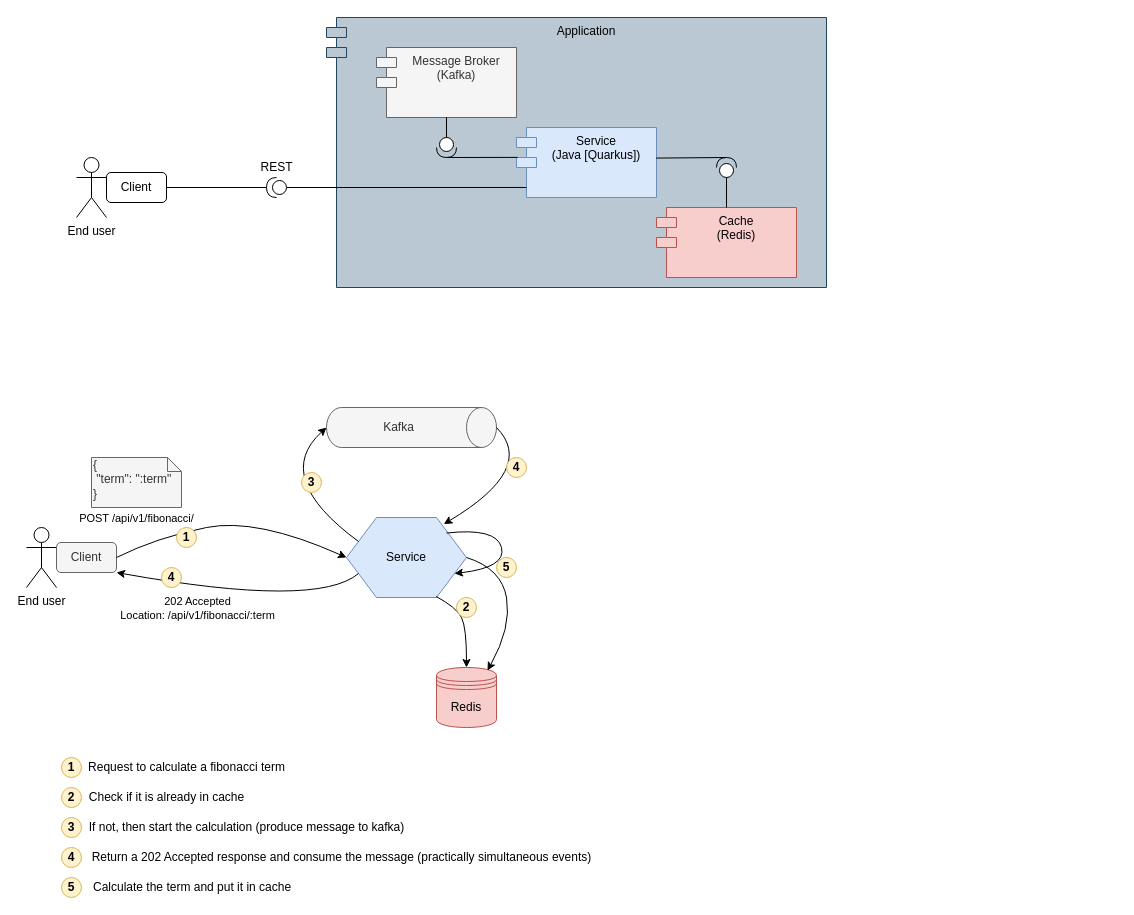
The draw.io diagram time2share.drawio in gmartins97/testing-redis-kafka-based-apps, before the edit. Source tidied: cells renumbered, new cells numbered last; positions are measured from the earlier drawing's top-left corner, leaving out a move shared by most shapes. Both pictures are drawn from the tidied source at 100%, with x=0, y=0 at pixel (26, 17).
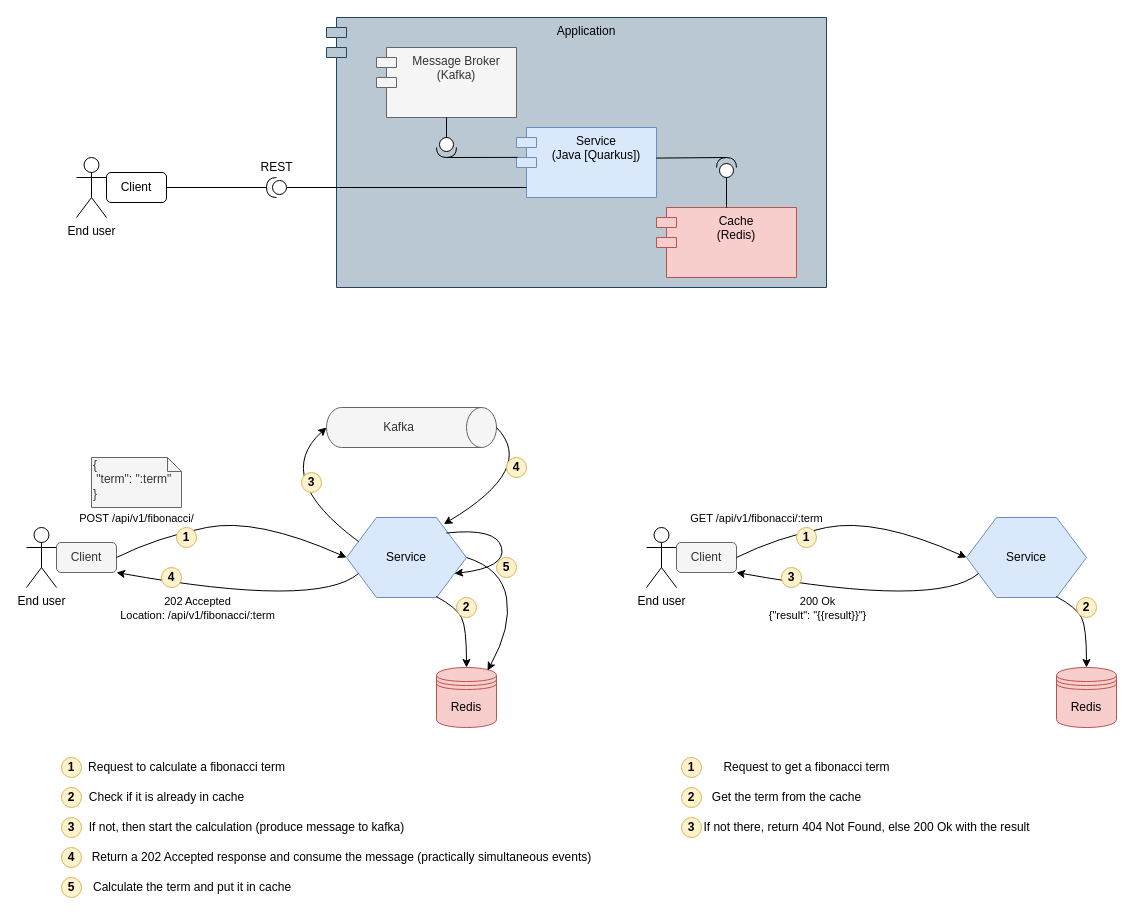
Above is the later version.

Change to the diagram source:
```diff
@@
+    <mxCell id="49" value="Service" style="shape=hexagon;perimeter=hexagonPerimeter2;whiteSpace=wrap;html=1;fixedSize=1;size=30;fillColor=#dae8fc;strokeColor=#6c8ebf;" parent="1" vertex="1">
+      <mxGeometry x="940" y="500" width="120" height="80" as="geometry" />
+    </mxCell>
+    <mxCell id="50" value="End user" style="shape=umlActor;verticalLabelPosition=bottom;verticalAlign=top;html=1;" parent="1" vertex="1">
+      <mxGeometry x="620" y="510" width="30" height="60" as="geometry" />
+    </mxCell>
+    <mxCell id="51" value="Client" style="rounded=1;whiteSpace=wrap;html=1;fillColor=#f5f5f5;strokeColor=#666666;fontColor=#333333;" parent="1" vertex="1">
+      <mxGeometry x="650" y="525" width="60" height="30" as="geometry" />
+    </mxCell>
+    <mxCell id="52" value="Redis" style="shape=datastore;whiteSpace=wrap;html=1;fillColor=#f8cecc;strokeColor=#b85450;" parent="1" vertex="1">
+      <mxGeometry x="1030" y="650" width="60" height="60" as="geometry" />
+    </mxCell>
+    <mxCell id="53" style="curved=1;endArrow=classic;html=1;exitX=1;exitY=0.5;exitDx=0;exitDy=0;entryX=0;entryY=0.5;entryDx=0;entryDy=0;" parent="1" edge="1" source="51" target="49">
+      <mxGeometry relative="1" as="geometry">
+        <Array as="points">
+          <mxPoint x="750" y="520" />
+          <mxPoint x="850" y="500" />
+        </Array>
+      </mxGeometry>
+    </mxCell>
+    <mxCell id="54" value="GET /api/v1/fibonacci/:term" style="edgeLabel;html=1;align=center;verticalAlign=middle;" parent="53" vertex="1">
+      <mxGeometry x="-0.03" y="-2" relative="1" as="geometry">
+        <mxPoint x="-93.5" y="-7.3" as="offset" />
+      </mxGeometry>
+    </mxCell>
+    <mxCell id="55" value="1" style="ellipse;whiteSpace=wrap;html=1;fillColor=#fff2cc;strokeColor=#d6b656;fontStyle=1;" parent="1" vertex="1">
+      <mxGeometry x="770" y="510" width="20" height="20" as="geometry" />
+    </mxCell>
+    <mxCell id="56" style="curved=1;endArrow=classic;html=1;exitX=0.747;exitY=0.987;exitDx=0;exitDy=0;exitPerimeter=0;entryX=0.5;entryY=0;entryDx=0;entryDy=0;" parent="1" edge="1" source="49" target="52">
+      <mxGeometry relative="1" as="geometry">
+        <Array as="points">
+          <mxPoint x="1050" y="590" />
+          <mxPoint x="1060" y="610" />
+        </Array>
+      </mxGeometry>
+    </mxCell>
+    <mxCell id="57" value="2" style="ellipse;whiteSpace=wrap;html=1;fillColor=#fff2cc;strokeColor=#d6b656;fontStyle=1;" parent="1" vertex="1">
+      <mxGeometry x="1050" y="580" width="20" height="20" as="geometry" />
+    </mxCell>
+    <mxCell id="58" style="curved=1;endArrow=classic;html=1;exitX=0;exitY=0.75;exitDx=0;exitDy=0;entryX=1;entryY=1;entryDx=0;entryDy=0;" parent="1" edge="1" source="49" target="51">
+      <mxGeometry relative="1" as="geometry">
+        <Array as="points">
+          <mxPoint x="911.2" y="591" />
+        </Array>
+      </mxGeometry>
+    </mxCell>
+    <mxCell id="59" value="&lt;div&gt;200 Ok&lt;br&gt;&lt;/div&gt;&lt;div&gt;{&quot;result&quot;: &quot;{{result}}&quot;}&lt;br&gt;&lt;/div&gt;" style="edgeLabel;html=1;align=center;verticalAlign=middle;" parent="58" vertex="1">
+      <mxGeometry x="-0.03" y="-6" relative="1" as="geometry">
+        <mxPoint x="-51.6" y="17.5" as="offset" />
+      </mxGeometry>
+    </mxCell>
+    <mxCell id="60" value="3" style="ellipse;whiteSpace=wrap;html=1;fillColor=#fff2cc;strokeColor=#d6b656;fontStyle=1;" parent="1" vertex="1">
+      <mxGeometry x="755" y="550" width="20" height="20" as="geometry" />
+    </mxCell>
+    <mxCell id="61" value="1" style="ellipse;whiteSpace=wrap;html=1;fillColor=#fff2cc;strokeColor=#d6b656;fontStyle=1;" parent="1" vertex="1">
+      <mxGeometry x="655" y="740" width="20" height="20" as="geometry" />
+    </mxCell>
+    <mxCell id="62" value="2" style="ellipse;whiteSpace=wrap;html=1;fillColor=#fff2cc;strokeColor=#d6b656;fontStyle=1;" parent="1" vertex="1">
+      <mxGeometry x="655" y="770" width="20" height="20" as="geometry" />
+    </mxCell>
+    <mxCell id="63" value="3" style="ellipse;whiteSpace=wrap;html=1;fillColor=#fff2cc;strokeColor=#d6b656;fontStyle=1;" parent="1" vertex="1">
+      <mxGeometry x="655" y="800" width="20" height="20" as="geometry" />
+    </mxCell>
+    <mxCell id="64" value="Request to get a fibonacci term" style="text;html=1;align=center;verticalAlign=middle;" parent="1" vertex="1">
+      <mxGeometry x="690" y="740" width="180" height="20" as="geometry" />
+    </mxCell>
+    <mxCell id="65" value="Get the term from the cache" style="text;html=1;align=center;verticalAlign=middle;" parent="1" vertex="1">
+      <mxGeometry x="680" y="770" width="160" height="20" as="geometry" />
+    </mxCell>
+    <mxCell id="66" value="If not there, return 404 Not Found, else 200 Ok with the result " style="text;html=1;align=center;verticalAlign=middle;" parent="1" vertex="1">
+      <mxGeometry x="670" y="800" width="340" height="20" as="geometry" />
+    </mxCell>
```
